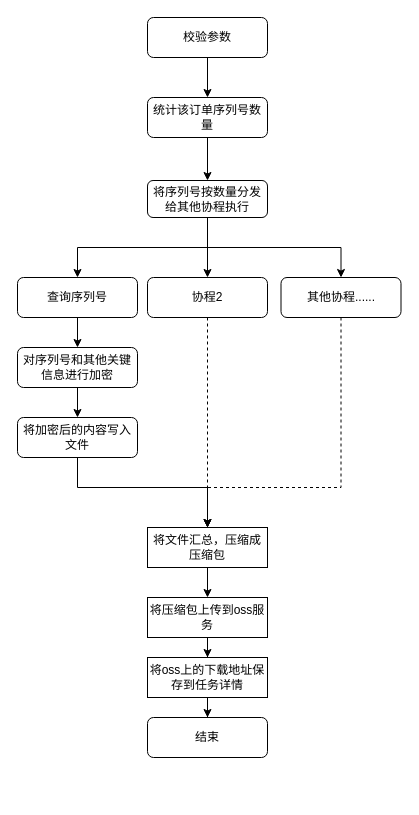
gaozk/test keeps this draw.io diagram as src/下载kms文件流程.drawio. Above is the earlier version. Source tidied: cells renumbered, new cells numbered last; positions are measured from the earlier drawing's top-left corner, leaving out a move shared by most shapes. Both pictures are drawn from the tidied source at 100%, with x=0, y=0 at pixel (17, 17).
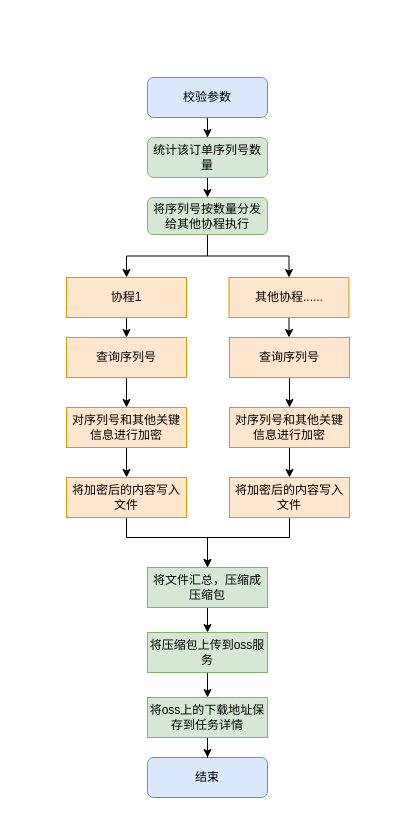
After the change.

Commit message (it also covers changes not shown here):
更新下载kms文件流程.drawio

Diff of the diagram source:
```diff
@@
-    <mxCell id="3" value="校验参数" style="rounded=1;whiteSpace=wrap;html=1;fontSize=12;glass=0;strokeWidth=1;shadow=0;" parent="1" vertex="1">
-      <mxGeometry x="130" width="120" height="40" as="geometry" />
+    <mxCell id="3" value="校验参数" style="rounded=1;whiteSpace=wrap;html=1;fontSize=12;glass=0;strokeWidth=1;shadow=0;fillColor=#dae8fc;strokeColor=#6c8ebf;" parent="1" vertex="1">
+      <mxGeometry x="130" y="60" width="120" height="40" as="geometry" />
     </mxCell>
-    <mxCell id="4" value="结束" style="rounded=1;whiteSpace=wrap;html=1;fontSize=12;glass=0;strokeWidth=1;shadow=0;" parent="1" vertex="1">
-      <mxGeometry x="130" y="700" width="120" height="40" as="geometry" />
+    <mxCell id="4" value="结束" style="rounded=1;whiteSpace=wrap;html=1;fontSize=12;glass=0;strokeWidth=1;shadow=0;fillColor=#dae8fc;strokeColor=#6c8ebf;" parent="1" vertex="1">
+      <mxGeometry x="130" y="740" width="120" height="40" as="geometry" />
     </mxCell>
@@
-    <mxCell id="6" value="统计该订单序列号数量" style="rounded=1;whiteSpace=wrap;html=1;" parent="1" vertex="1">
-      <mxGeometry x="130" y="80" width="120" height="40" as="geometry" />
+    <mxCell id="6" value="统计该订单序列号数量" style="rounded=1;whiteSpace=wrap;html=1;fillColor=#d5e8d4;strokeColor=#82b366;" parent="1" vertex="1">
+      <mxGeometry x="130" y="120" width="120" height="40" as="geometry" />
     </mxCell>
-    <mxCell id="7" style="edgeStyle=orthogonalEdgeStyle;rounded=0;jettySize=auto;html=1;exitX=0.5;exitY=1;exitDx=0;exitDy=0;entryX=0.5;entryY=0;entryDx=0;entryDy=0;" parent="1" edge="1" source="10" target="14">
-      <mxGeometry relative="1" as="geometry" />
-    </mxCell>
-    <mxCell id="8" style="edgeStyle=orthogonalEdgeStyle;rounded=0;jettySize=auto;html=1;" parent="1" edge="1" source="10" target="12">
-      <mxGeometry relative="1" as="geometry">
-        <Array as="points">
-          <mxPoint x="190" y="230" />
-          <mxPoint x="60" y="230" />
-        </Array>
-      </mxGeometry>
-    </mxCell>
+    <mxCell id="27" style="edgeStyle=orthogonalEdgeStyle;rounded=0;jettySize=auto;html=1;exitX=0.5;exitY=1;exitDx=0;exitDy=0;entryX=0.5;entryY=0;entryDx=0;entryDy=0;" parent="1" edge="1" source="10" target="36">
+      <mxGeometry relative="1" as="geometry" />
+    </mxCell>
-    <mxCell id="9" style="edgeStyle=orthogonalEdgeStyle;rounded=0;jettySize=auto;html=1;exitX=0.5;exitY=1;exitDx=0;exitDy=0;entryX=0.5;entryY=0;entryDx=0;entryDy=0;" parent="1" edge="1" source="10" target="16">
+    <mxCell id="9" style="edgeStyle=orthogonalEdgeStyle;rounded=0;jettySize=auto;html=1;exitX=0.5;exitY=1;exitDx=0;exitDy=0;" parent="1" edge="1" source="10" target="16">
       <mxGeometry relative="1" as="geometry" />
     </mxCell>
-    <mxCell id="10" value="将序列号按数量分发给其他协程执行" style="rounded=1;whiteSpace=wrap;html=1;" parent="1" vertex="1">
-      <mxGeometry x="130" y="163" width="120" height="37" as="geometry" />
+    <mxCell id="10" value="将序列号按数量分发给其他协程执行" style="rounded=1;whiteSpace=wrap;html=1;fillColor=#d5e8d4;strokeColor=#82b366;" parent="1" vertex="1">
+      <mxGeometry x="130" y="180" width="120" height="37" as="geometry" />
     </mxCell>
@@
-    <mxCell id="12" value="查询序列号" style="rounded=1;whiteSpace=wrap;html=1;" parent="1" vertex="1">
-      <mxGeometry y="260" width="120" height="40" as="geometry" />
+    <mxCell id="12" value="查询序列号" style="rounded=0;whiteSpace=wrap;html=1;fillColor=#ffe6cc;strokeColor=#d79b00;" parent="1" vertex="1">
+      <mxGeometry x="49" y="320" width="120" height="40" as="geometry" />
     </mxCell>
-    <mxCell id="13" style="edgeStyle=orthogonalEdgeStyle;rounded=0;jettySize=auto;html=1;entryX=0.5;entryY=0;entryDx=0;entryDy=0;dashed=1;" parent="1" edge="1" source="14" target="22">
-      <mxGeometry relative="1" as="geometry" />
-    </mxCell>
-    <mxCell id="14" value="协程2" style="rounded=1;whiteSpace=wrap;html=1;" parent="1" vertex="1">
-      <mxGeometry x="130" y="260" width="120" height="40" as="geometry" />
-    </mxCell>
-    <mxCell id="15" style="edgeStyle=orthogonalEdgeStyle;rounded=0;jettySize=auto;html=1;entryX=0.5;entryY=0;entryDx=0;entryDy=0;dashed=1;" parent="1" edge="1" source="16" target="22">
-      <mxGeometry relative="1" as="geometry">
-        <Array as="points">
-          <mxPoint x="324" y="470" />
-          <mxPoint x="190" y="470" />
-        </Array>
-      </mxGeometry>
-    </mxCell>
+    <mxCell id="28" style="edgeStyle=orthogonalEdgeStyle;rounded=0;jettySize=auto;html=1;exitX=0.5;exitY=1;exitDx=0;exitDy=0;" parent="1" edge="1" source="16" target="30">
+      <mxGeometry relative="1" as="geometry" />
+    </mxCell>
-    <mxCell id="16" value="其他协程......" style="rounded=1;whiteSpace=wrap;html=1;" parent="1" vertex="1">
-      <mxGeometry x="263.5" y="260" width="120" height="40" as="geometry" />
+    <mxCell id="16" value="其他协程......" style="rounded=0;whiteSpace=wrap;html=1;fillColor=#ffe6cc;strokeColor=#d79b00;" parent="1" vertex="1">
+      <mxGeometry x="211.5" y="260" width="120" height="40" as="geometry" />
     </mxCell>
@@
-    <mxCell id="18" value="对序列号和其他关键信息进行加密" style="rounded=1;whiteSpace=wrap;html=1;" parent="1" vertex="1">
-      <mxGeometry y="330" width="120" height="40" as="geometry" />
+    <mxCell id="18" value="对序列号和其他关键信息进行加密" style="rounded=0;whiteSpace=wrap;html=1;fillColor=#ffe6cc;strokeColor=#d79b00;" parent="1" vertex="1">
+      <mxGeometry x="49" y="390" width="120" height="40" as="geometry" />
     </mxCell>
     <mxCell id="19" style="edgeStyle=orthogonalEdgeStyle;rounded=0;jettySize=auto;html=1;entryX=0.5;entryY=0;entryDx=0;entryDy=0;exitX=0.5;exitY=1;exitDx=0;exitDy=0;" parent="1" edge="1" source="20" target="22">
       <mxGeometry relative="1" as="geometry">
         <Array as="points">
-          <mxPoint x="60" y="470" />
-          <mxPoint x="190" y="470" />
+          <mxPoint x="109" y="520" />
+          <mxPoint x="190" y="520" />
         </Array>
       </mxGeometry>
     </mxCell>
-    <mxCell id="20" value="将加密后的内容写入文件" style="rounded=1;whiteSpace=wrap;html=1;" parent="1" vertex="1">
-      <mxGeometry y="400" width="120" height="40" as="geometry" />
+    <mxCell id="20" value="将加密后的内容写入文件" style="rounded=0;whiteSpace=wrap;html=1;fillColor=#ffe6cc;strokeColor=#d79b00;" parent="1" vertex="1">
+      <mxGeometry x="49" y="460" width="120" height="40" as="geometry" />
     </mxCell>
@@
-    <mxCell id="22" value="将文件汇总，压缩成压缩包" style="rounded=0;whiteSpace=wrap;html=1;" parent="1" vertex="1">
-      <mxGeometry x="130" y="510" width="120" height="40" as="geometry" />
+    <mxCell id="22" value="将文件汇总，压缩成压缩包" style="rounded=0;whiteSpace=wrap;html=1;fillColor=#d5e8d4;strokeColor=#82b366;" parent="1" vertex="1">
+      <mxGeometry x="130" y="550" width="120" height="40" as="geometry" />
     </mxCell>
@@
-    <mxCell id="24" value="将压缩包上传到oss服务" style="rounded=0;whiteSpace=wrap;html=1;" parent="1" vertex="1">
-      <mxGeometry x="130" y="580" width="120" height="40" as="geometry" />
+    <mxCell id="24" value="将压缩包上传到oss服务" style="rounded=0;whiteSpace=wrap;html=1;fillColor=#d5e8d4;strokeColor=#82b366;" parent="1" vertex="1">
+      <mxGeometry x="130" y="615" width="120" height="40" as="geometry" />
     </mxCell>
@@
-    <mxCell id="26" value="将oss上的下载地址保存到任务详情" style="rounded=0;whiteSpace=wrap;html=1;" parent="1" vertex="1">
-      <mxGeometry x="130" y="640" width="120" height="40" as="geometry" />
+    <mxCell id="26" value="将oss上的下载地址保存到任务详情" style="rounded=0;whiteSpace=wrap;html=1;fillColor=#d5e8d4;strokeColor=#82b366;" parent="1" vertex="1">
+      <mxGeometry x="130" y="680" width="120" height="40" as="geometry" />
     </mxCell>
+    <mxCell id="29" style="edgeStyle=orthogonalEdgeStyle;rounded=0;jettySize=auto;html=1;exitX=0.5;exitY=1;exitDx=0;exitDy=0;" parent="1" edge="1" source="30" target="32">
+      <mxGeometry relative="1" as="geometry" />
+    </mxCell>
+    <mxCell id="30" value="查询序列号" style="rounded=0;whiteSpace=wrap;html=1;fillColor=#ffe6cc;strokeColor=#d79b00;" parent="1" vertex="1">
+      <mxGeometry x="212" y="320" width="120" height="40" as="geometry" />
+    </mxCell>
+    <mxCell id="31" style="edgeStyle=orthogonalEdgeStyle;rounded=0;jettySize=auto;html=1;exitX=0.5;exitY=1;exitDx=0;exitDy=0;" parent="1" edge="1" source="32" target="34">
+      <mxGeometry relative="1" as="geometry" />
+    </mxCell>
+    <mxCell id="32" value="对序列号和其他关键信息进行加密" style="rounded=0;whiteSpace=wrap;html=1;fillColor=#ffe6cc;strokeColor=#d79b00;" parent="1" vertex="1">
+      <mxGeometry x="212" y="390" width="120" height="40" as="geometry" />
+    </mxCell>
+    <mxCell id="33" style="edgeStyle=orthogonalEdgeStyle;rounded=0;jettySize=auto;html=1;exitX=0.5;exitY=1;exitDx=0;exitDy=0;entryX=0.5;entryY=0;entryDx=0;entryDy=0;" parent="1" edge="1" source="34" target="22">
+      <mxGeometry relative="1" as="geometry">
+        <Array as="points">
+          <mxPoint x="272" y="520" />
+          <mxPoint x="190" y="520" />
+        </Array>
+      </mxGeometry>
+    </mxCell>
+    <mxCell id="34" value="将加密后的内容写入文件" style="rounded=0;whiteSpace=wrap;html=1;fillColor=#ffe6cc;strokeColor=#d79b00;" parent="1" vertex="1">
+      <mxGeometry x="212" y="460" width="120" height="40" as="geometry" />
+    </mxCell>
+    <mxCell id="35" style="edgeStyle=orthogonalEdgeStyle;rounded=0;jettySize=auto;html=1;exitX=0.5;exitY=1;exitDx=0;exitDy=0;entryX=0.5;entryY=0;entryDx=0;entryDy=0;" parent="1" edge="1" source="36" target="12">
+      <mxGeometry relative="1" as="geometry" />
+    </mxCell>
+    <mxCell id="36" value="协程1" style="rounded=0;whiteSpace=wrap;html=1;fillColor=#ffe6cc;strokeColor=#d79b00;" parent="1" vertex="1">
+      <mxGeometry x="49" y="260" width="120" height="40" as="geometry" />
+    </mxCell>
```
